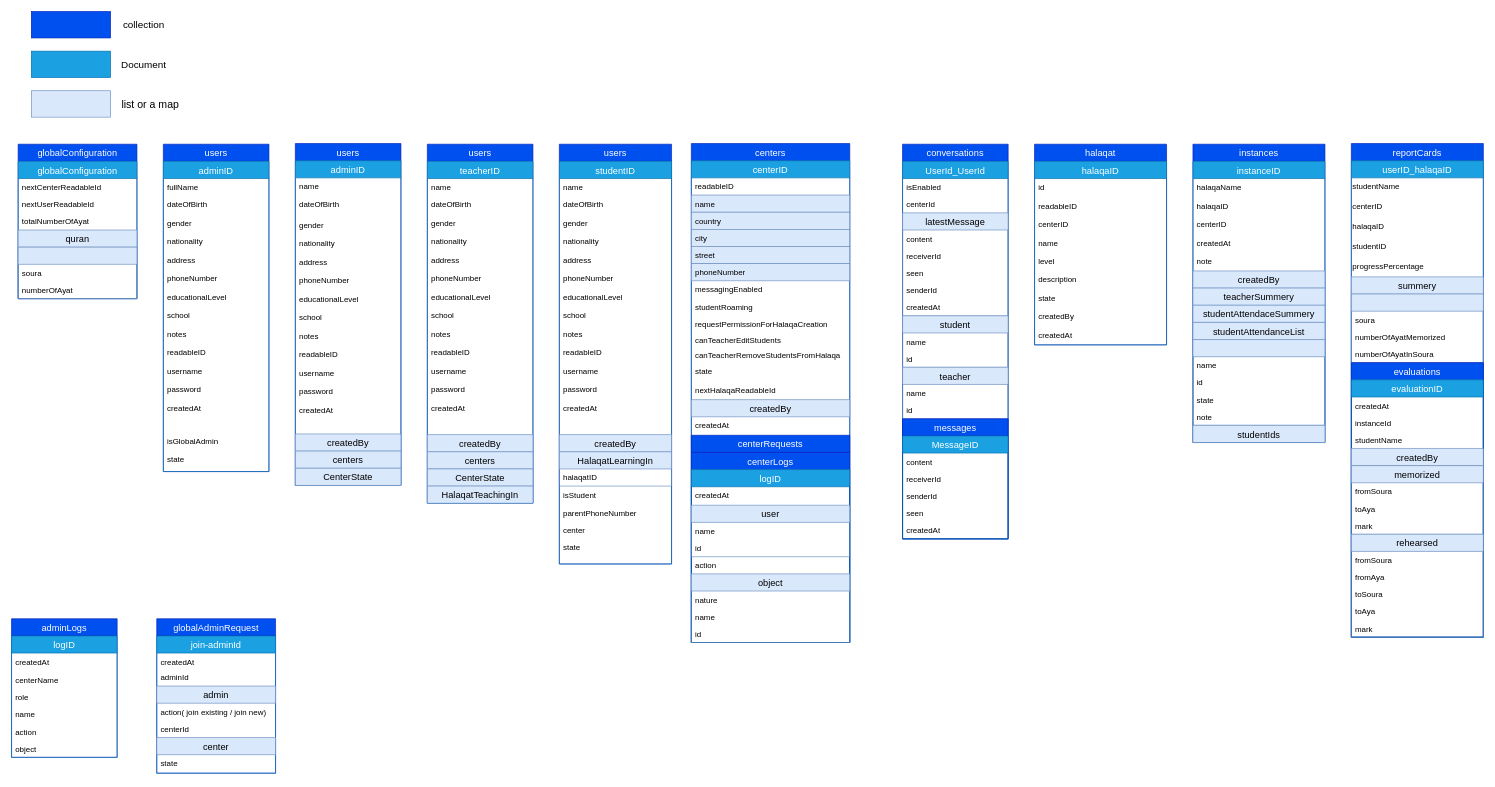
The draw.io diagram page "Page-1" (1 of 3) of db_design/al halaqate.drawio in Yacine-Benali/al_halaqat, before the edit. Source tidied: cells renumbered, new cells numbered last; positions are measured from the earlier drawing's top-left corner, leaving out a move shared by most shapes. Both pictures are drawn from the tidied source at 66%, with x=0, y=0 at pixel (11, 11).
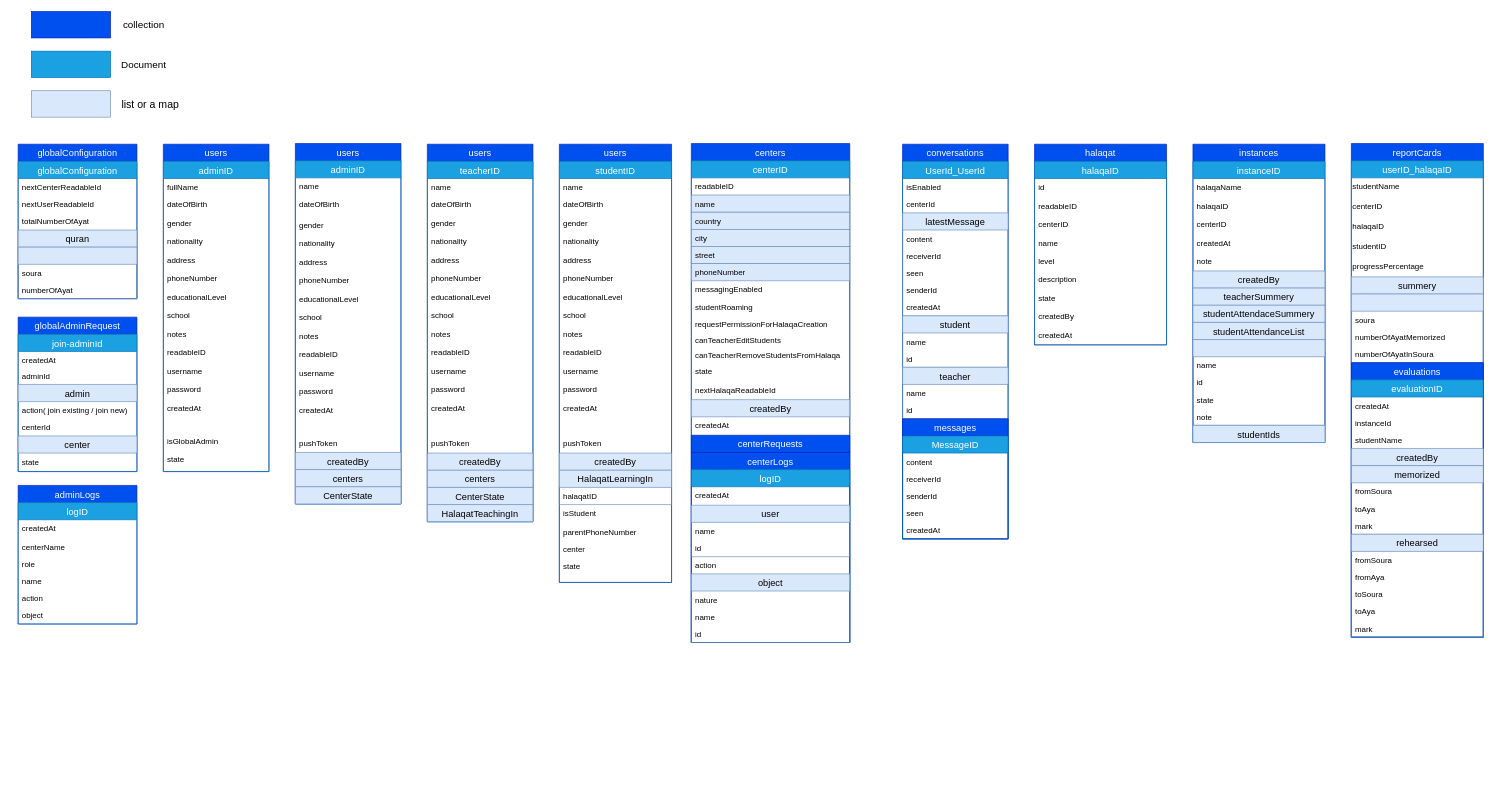
Above is the later version.

The edit, as a diff of the source:
```diff
@@
     <mxCell id="28" value="users" style="swimlane;fontStyle=0;horizontal=1;startSize=26;align=center;fontSize=14;fillColor=#0050ef;strokeColor=#001DBC;fontColor=#ffffff;" parent="1" vertex="1">
-      <mxGeometry x="430" y="200" width="160" height="518" as="geometry" />
+      <mxGeometry x="430" y="200" width="160" height="546" as="geometry" />
     </mxCell>
     <mxCell id="29" value="adminID" style="swimlane;fontStyle=0;horizontal=1;startSize=26;align=center;fontSize=14;fillColor=#1ba1e2;strokeColor=#006EAF;fontColor=#ffffff;" parent="28" vertex="1">
-      <mxGeometry y="26" width="160" height="492" as="geometry" />
+      <mxGeometry y="26" width="160" height="520" as="geometry" />
     </mxCell>
@@
+    <mxCell id="218" value="pushToken&#10;" style="text;strokeColor=none;fillColor=none;spacingLeft=4;spacingRight=4;overflow=hidden;fontSize=12;" parent="29" vertex="1">
+      <mxGeometry y="414" width="160" height="28" as="geometry" />
+    </mxCell>
     <mxCell id="43" value="createdBy" style="swimlane;fontStyle=0;horizontal=1;startSize=26;align=center;fontSize=14;fillColor=#dae8fc;strokeColor=#6c8ebf;" parent="29" vertex="1" collapsed="1">
-      <mxGeometry y="414" width="160" height="26" as="geometry" />
+      <mxGeometry y="442" width="160" height="26" as="geometry" />
     </mxCell>
     <mxCell id="44" value="centers" style="swimlane;fontStyle=0;horizontal=1;startSize=26;align=center;fontSize=14;fillColor=#dae8fc;strokeColor=#6c8ebf;" parent="29" vertex="1" collapsed="1">
-      <mxGeometry y="440" width="160" height="26" as="geometry" />
+      <mxGeometry y="468" width="160" height="26" as="geometry" />
     </mxCell>
     <mxCell id="45" value="CenterState" style="swimlane;fontStyle=0;horizontal=1;startSize=26;align=center;fontSize=14;fillColor=#dae8fc;strokeColor=#6c8ebf;" parent="29" vertex="1" collapsed="1">
-      <mxGeometry y="466" width="160" height="26" as="geometry" />
+      <mxGeometry y="494" width="160" height="26" as="geometry" />
     </mxCell>
     <mxCell id="46" value="users" style="swimlane;fontStyle=0;horizontal=1;startSize=26;align=center;fontSize=14;fillColor=#0050ef;strokeColor=#001DBC;fontColor=#ffffff;" parent="1" vertex="1">
-      <mxGeometry x="630" y="201" width="160" height="544" as="geometry" />
+      <mxGeometry x="630" y="201" width="160" height="572" as="geometry" />
     </mxCell>
     <mxCell id="47" value="teacherID" style="swimlane;fontStyle=0;horizontal=1;startSize=26;align=center;fontSize=14;fillColor=#1ba1e2;strokeColor=#006EAF;fontColor=#ffffff;" parent="46" vertex="1">
-      <mxGeometry y="26" width="160" height="518" as="geometry" />
+      <mxGeometry y="26" width="160" height="546" as="geometry" />
     </mxCell>
@@
+    <mxCell id="219" value="pushToken&#10;" style="text;strokeColor=none;fillColor=none;spacingLeft=4;spacingRight=4;overflow=hidden;fontSize=12;" parent="47" vertex="1">
+      <mxGeometry y="414" width="160" height="28" as="geometry" />
+    </mxCell>
     <mxCell id="61" value="createdBy" style="swimlane;fontStyle=0;horizontal=1;startSize=26;align=center;fontSize=14;fillColor=#dae8fc;strokeColor=#6c8ebf;" parent="47" vertex="1" collapsed="1">
-      <mxGeometry y="414" width="160" height="26" as="geometry" />
+      <mxGeometry y="442" width="160" height="26" as="geometry" />
     </mxCell>
     <mxCell id="62" value="centers" style="swimlane;fontStyle=0;horizontal=1;startSize=26;align=center;fontSize=14;fillColor=#dae8fc;strokeColor=#6c8ebf;" parent="47" vertex="1" collapsed="1">
-      <mxGeometry y="440" width="160" height="26" as="geometry" />
+      <mxGeometry y="468" width="160" height="26" as="geometry" />
     </mxCell>
     <mxCell id="63" value="CenterState" style="swimlane;fontStyle=0;horizontal=1;startSize=26;align=center;fontSize=14;fillColor=#dae8fc;strokeColor=#6c8ebf;" parent="47" vertex="1" collapsed="1">
-      <mxGeometry y="466" width="160" height="26" as="geometry" />
+      <mxGeometry y="494" width="160" height="26" as="geometry" />
     </mxCell>
     <mxCell id="64" value="HalaqatTeachingIn" style="swimlane;fontStyle=0;horizontal=1;startSize=26;align=center;fontSize=14;fillColor=#dae8fc;strokeColor=#6c8ebf;" parent="47" vertex="1" collapsed="1">
-      <mxGeometry y="492" width="160" height="26" as="geometry" />
+      <mxGeometry y="520" width="160" height="26" as="geometry" />
     </mxCell>
     <mxCell id="65" value="users" style="swimlane;fontStyle=0;horizontal=1;startSize=26;align=center;fontSize=14;fillColor=#0050ef;strokeColor=#001DBC;fontColor=#ffffff;" parent="1" vertex="1">
-      <mxGeometry x="830" y="201" width="170" height="636" as="geometry" />
+      <mxGeometry x="830" y="201" width="170" height="664" as="geometry" />
     </mxCell>
     <mxCell id="66" value="studentID" style="swimlane;fontStyle=0;horizontal=1;startSize=26;align=center;fontSize=14;fillColor=#1ba1e2;strokeColor=#006EAF;fontColor=#ffffff;" parent="65" vertex="1">
-      <mxGeometry y="26" width="170" height="610" as="geometry" />
+      <mxGeometry y="26" width="170" height="638" as="geometry" />
     </mxCell>
@@
+    <mxCell id="220" value="pushToken&#10;" style="text;strokeColor=none;fillColor=none;spacingLeft=4;spacingRight=4;overflow=hidden;fontSize=12;" parent="66" vertex="1">
+      <mxGeometry y="414" width="170" height="28" as="geometry" />
+    </mxCell>
     <mxCell id="80" value="createdBy" style="swimlane;fontStyle=0;horizontal=1;startSize=26;align=center;fontSize=14;fillColor=#dae8fc;strokeColor=#6c8ebf;" parent="66" vertex="1" collapsed="1">
-      <mxGeometry y="414" width="170" height="26" as="geometry" />
+      <mxGeometry y="442" width="170" height="26" as="geometry" />
     </mxCell>
     <mxCell id="81" value="HalaqatLearningIn" style="swimlane;fontStyle=0;horizontal=1;startSize=26;align=center;fontSize=14;fillColor=#dae8fc;strokeColor=#6c8ebf;" parent="66" vertex="1">
-      <mxGeometry y="440" width="170" height="52" as="geometry" />
+      <mxGeometry y="468" width="170" height="52" as="geometry" />
     </mxCell>
@@
     <mxCell id="83" value="isStudent" style="text;strokeColor=none;fillColor=none;spacingLeft=4;spacingRight=4;overflow=hidden;fontSize=12;" parent="66" vertex="1">
-      <mxGeometry y="492" width="170" height="28" as="geometry" />
+      <mxGeometry y="520" width="170" height="28" as="geometry" />
     </mxCell>
     <mxCell id="84" value="parentPhoneNumber" style="text;strokeColor=none;fillColor=none;spacingLeft=4;spacingRight=4;overflow=hidden;fontSize=12;" parent="66" vertex="1">
-      <mxGeometry y="520" width="170" height="26" as="geometry" />
+      <mxGeometry y="548" width="170" height="26" as="geometry" />
     </mxCell>
     <mxCell id="85" value="center" style="text;strokeColor=none;fillColor=none;spacingLeft=4;spacingRight=4;overflow=hidden;fontSize=12;" parent="66" vertex="1">
-      <mxGeometry y="546" width="170" height="26" as="geometry" />
+      <mxGeometry y="574" width="170" height="26" as="geometry" />
     </mxCell>
     <mxCell id="86" value="state" style="text;strokeColor=none;fillColor=none;spacingLeft=4;spacingRight=4;overflow=hidden;fontSize=12;" parent="66" vertex="1">
-      <mxGeometry y="572" width="170" height="38" as="geometry" />
+      <mxGeometry y="600" width="170" height="38" as="geometry" />
     </mxCell>
@@
     <mxCell id="201" value="globalAdminRequest" style="swimlane;fontStyle=0;horizontal=1;startSize=26;align=center;fontSize=14;fillColor=#0050ef;strokeColor=#001DBC;fontColor=#ffffff;" parent="1" vertex="1">
-      <mxGeometry x="220" y="920" width="180" height="234" as="geometry" />
+      <mxGeometry x="10" y="463" width="180" height="234" as="geometry" />
     </mxCell>
@@
     <mxCell id="210" value="adminLogs" style="swimlane;fontStyle=0;horizontal=1;startSize=26;align=center;fontSize=14;fillColor=#0050ef;strokeColor=#001DBC;fontColor=#ffffff;" parent="1" vertex="1">
-      <mxGeometry y="920" width="160" height="210" as="geometry" />
+      <mxGeometry x="10" y="718" width="180" height="210" as="geometry" />
     </mxCell>
     <mxCell id="211" value="logID" style="swimlane;fontStyle=0;horizontal=1;startSize=26;align=center;fontSize=14;fillColor=#1ba1e2;strokeColor=#006EAF;fontColor=#ffffff;" parent="210" vertex="1">
-      <mxGeometry y="26" width="160" height="184" as="geometry" />
+      <mxGeometry y="26" width="180" height="184" as="geometry" />
     </mxCell>
     <mxCell id="212" value="createdAt" style="text;strokeColor=none;fillColor=none;spacingLeft=4;spacingRight=4;overflow=hidden;fontSize=12;" parent="211" vertex="1">
-      <mxGeometry y="26" width="160" height="28" as="geometry" />
+      <mxGeometry y="26" width="180" height="28" as="geometry" />
     </mxCell>
     <mxCell id="213" value="centerName" style="text;strokeColor=none;fillColor=none;spacingLeft=4;spacingRight=4;overflow=hidden;fontSize=12;" parent="211" vertex="1">
-      <mxGeometry y="54" width="160" height="26" as="geometry" />
+      <mxGeometry y="54" width="180" height="26" as="geometry" />
     </mxCell>
     <mxCell id="214" value="role" style="text;strokeColor=none;fillColor=none;spacingLeft=4;spacingRight=4;overflow=hidden;fontSize=12;" parent="211" vertex="1">
-      <mxGeometry y="80" width="160" height="26" as="geometry" />
+      <mxGeometry y="80" width="180" height="26" as="geometry" />
     </mxCell>
     <mxCell id="215" value="name" style="text;strokeColor=none;fillColor=none;spacingLeft=4;spacingRight=4;overflow=hidden;fontSize=12;" parent="211" vertex="1">
-      <mxGeometry y="106" width="160" height="26" as="geometry" />
+      <mxGeometry y="106" width="180" height="26" as="geometry" />
     </mxCell>
     <mxCell id="216" value="action" style="text;strokeColor=none;fillColor=none;spacingLeft=4;spacingRight=4;overflow=hidden;fontSize=12;" parent="211" vertex="1">
-      <mxGeometry y="132" width="160" height="26" as="geometry" />
+      <mxGeometry y="132" width="180" height="26" as="geometry" />
     </mxCell>
     <mxCell id="217" value="object" style="text;strokeColor=none;fillColor=none;spacingLeft=4;spacingRight=4;overflow=hidden;fontSize=12;" parent="211" vertex="1">
-      <mxGeometry y="158" width="160" height="26" as="geometry" />
+      <mxGeometry y="158" width="180" height="26" as="geometry" />
     </mxCell>
```
